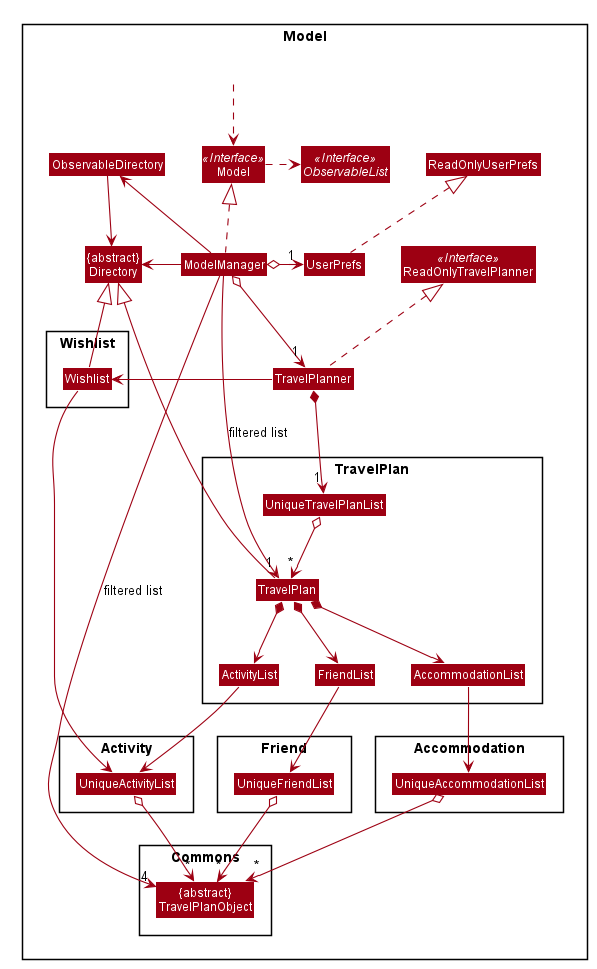
Above: docs/images/ModelClassDiagram.png in timjkong/tp (PlantUML), before the change.
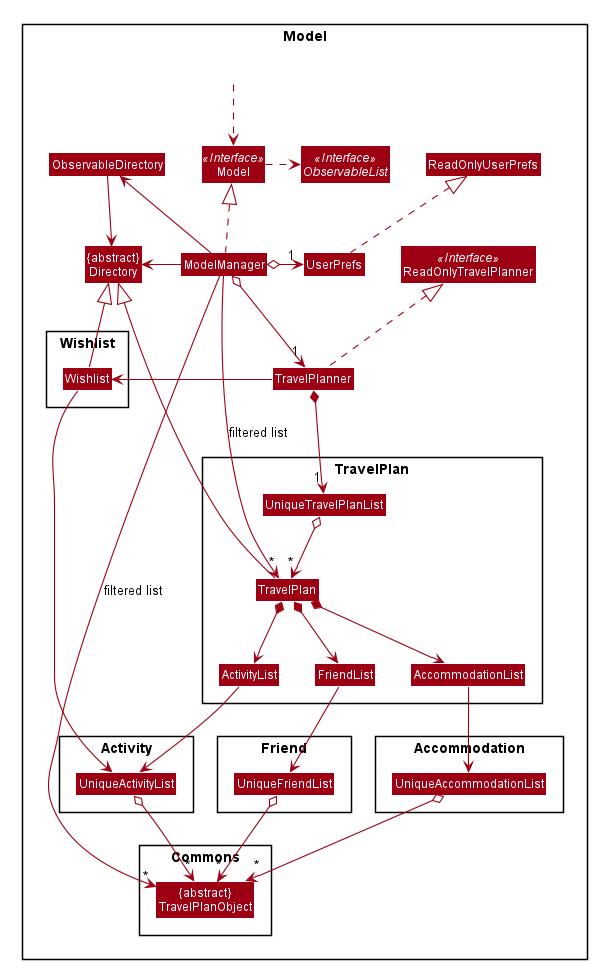
The same file after the commit.

Commit message:
Update Model Class Diagram multiplicity

What changed in the source:
```diff
@@ -130,6 +130,6 @@
 ActivityList -[hidden]right-> AccommodationList
 AccommodationList -[hidden]right-> FriendList
 
-ModelManager -->"1" TravelPlan : filtered list
-ModelManager -right->"4" TravelPlanObject : filtered list
+ModelManager -->"*" TravelPlan : filtered list
+ModelManager -right->"*" TravelPlanObject : filtered list
 @enduml
```
